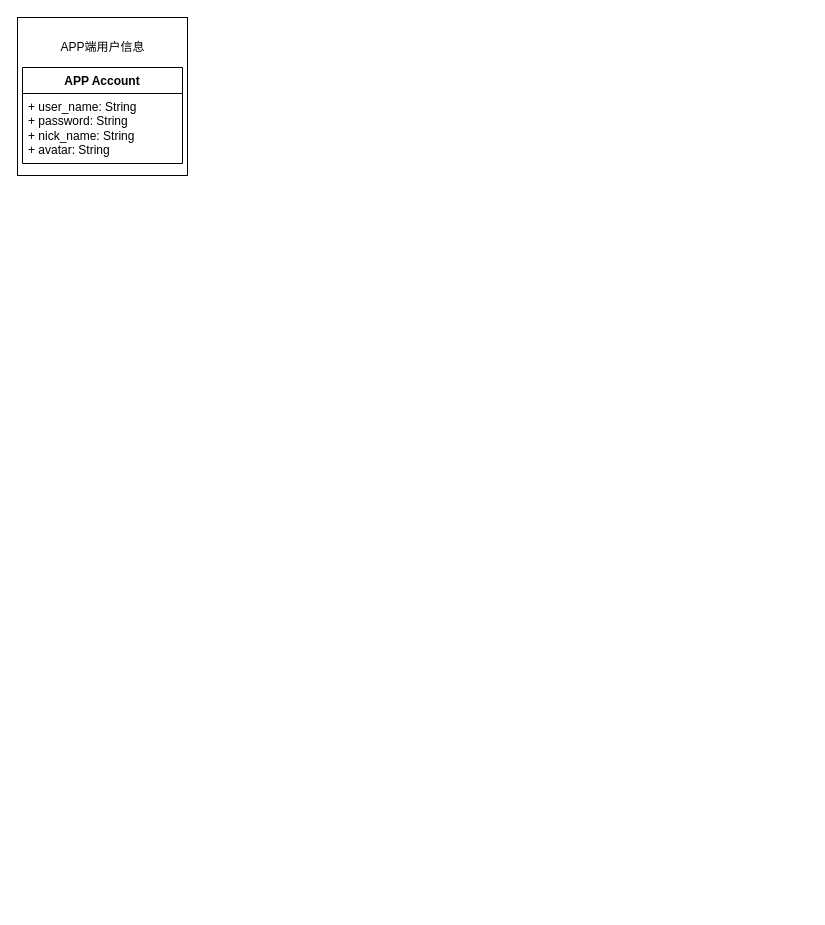
yeardlry/uml keeps this draw.io diagram as 未命名绘图.drawio. Above is the earlier version. Source tidied: cells renumbered, new cells numbered last; positions are measured from the earlier drawing's top-left corner, leaving out a move shared by most shapes. Both pictures are drawn from the tidied source at 100%, with x=0, y=0 at pixel (17, 17).
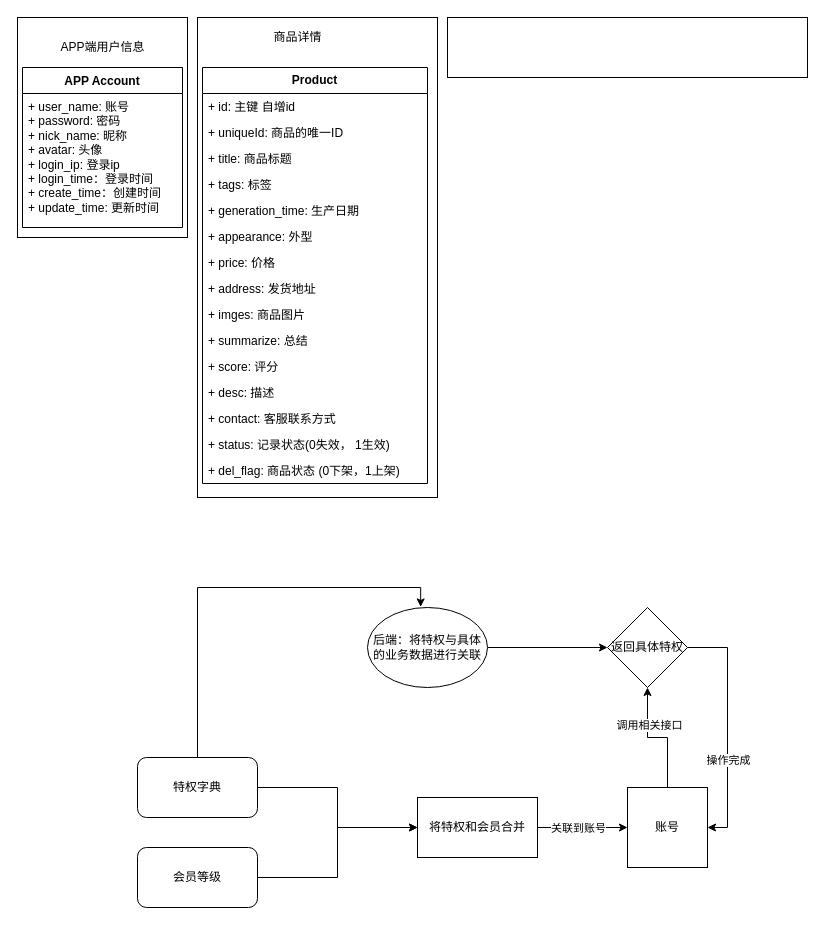
After the change.

Commit message:
更新未命名绘图.drawio

The edit, as a diff of the source:
```diff
@@
     <mxCell id="2" style="rounded=0;whiteSpace=wrap;html=1;align=left;" parent="1" vertex="1">
-      <mxGeometry width="170" height="158" as="geometry" />
+      <mxGeometry width="170" height="220" as="geometry" />
     </mxCell>
     <mxCell id="3" value="APP Account&lt;br&gt;" style="swimlane;fontStyle=1;align=center;verticalAlign=top;horizontal=1;startSize=26;whiteSpace=wrap;html=1;" parent="1" vertex="1">
-      <mxGeometry x="5" y="50" width="160" height="96" as="geometry" />
+      <mxGeometry x="5" y="50" width="160" height="160" as="geometry" />
     </mxCell>
-    <mxCell id="4" value="+ user_name: String&lt;br&gt;+ password: String&lt;br&gt;+ nick_name: String&lt;br&gt;+&amp;nbsp;avatar: String" style="text;strokeColor=none;fillColor=none;align=left;verticalAlign=top;spacingLeft=4;spacingRight=4;overflow=hidden;whiteSpace=wrap;html=1;" parent="3" vertex="1">
-      <mxGeometry y="26" width="160" height="70" as="geometry" />
+    <mxCell id="4" value="+ user_name: 账号&lt;br&gt;+ password: 密码&lt;br&gt;+ nick_name: 昵称&lt;br&gt;+&amp;nbsp;avatar: 头像&lt;br&gt;+ login_ip: 登录ip&lt;br&gt;+ login_time：登录时间&lt;br&gt;+ create_time：创建时间&lt;br&gt;+ update_time: 更新时间" style="text;strokeColor=none;fillColor=none;align=left;verticalAlign=top;spacingLeft=4;spacingRight=4;overflow=hidden;whiteSpace=wrap;html=1;" parent="3" vertex="1">
+      <mxGeometry y="26" width="160" height="134" as="geometry" />
     </mxCell>
@@
+    <mxCell id="6" style="rounded=0;whiteSpace=wrap;html=1;" parent="1" vertex="1">
+      <mxGeometry x="180" width="240" height="480" as="geometry" />
+    </mxCell>
+    <mxCell id="7" value="&lt;b&gt;Product&lt;/b&gt;" style="swimlane;fontStyle=0;horizontal=1;startSize=26;fillColor=none;whiteSpace=wrap;html=1;" parent="1" vertex="1">
+      <mxGeometry x="185" y="50" width="225" height="416" as="geometry" />
+    </mxCell>
+    <mxCell id="8" value="+ id: 主键 自增id" style="text;strokeColor=none;fillColor=none;align=left;verticalAlign=top;spacingLeft=4;spacingRight=4;overflow=hidden;whiteSpace=wrap;html=1;" parent="7" vertex="1">
+      <mxGeometry y="26" width="225" height="26" as="geometry" />
+    </mxCell>
+    <mxCell id="9" value="+ uniqueId: 商品的唯一ID" style="text;strokeColor=none;fillColor=none;align=left;verticalAlign=top;spacingLeft=4;spacingRight=4;overflow=hidden;whiteSpace=wrap;html=1;" parent="7" vertex="1">
+      <mxGeometry y="52" width="225" height="26" as="geometry" />
+    </mxCell>
+    <mxCell id="10" value="+ title: 商品标题" style="text;strokeColor=none;fillColor=none;align=left;verticalAlign=top;spacingLeft=4;spacingRight=4;overflow=hidden;whiteSpace=wrap;html=1;" parent="7" vertex="1">
+      <mxGeometry y="78" width="225" height="26" as="geometry" />
+    </mxCell>
+    <mxCell id="11" value="+ tags: 标签" style="text;strokeColor=none;fillColor=none;align=left;verticalAlign=top;spacingLeft=4;spacingRight=4;overflow=hidden;whiteSpace=wrap;html=1;" parent="7" vertex="1">
+      <mxGeometry y="104" width="225" height="26" as="geometry" />
+    </mxCell>
+    <mxCell id="12" value="+ generation_time: 生产日期" style="text;strokeColor=none;fillColor=none;align=left;verticalAlign=top;spacingLeft=4;spacingRight=4;overflow=hidden;whiteSpace=wrap;html=1;" parent="7" vertex="1">
+      <mxGeometry y="130" width="225" height="26" as="geometry" />
+    </mxCell>
+    <mxCell id="13" value="+ appearance: 外型" style="text;strokeColor=none;fillColor=none;align=left;verticalAlign=top;spacingLeft=4;spacingRight=4;overflow=hidden;whiteSpace=wrap;html=1;" parent="7" vertex="1">
+      <mxGeometry y="156" width="225" height="26" as="geometry" />
+    </mxCell>
+    <mxCell id="14" value="+ price: 价格" style="text;strokeColor=none;fillColor=none;align=left;verticalAlign=top;spacingLeft=4;spacingRight=4;overflow=hidden;whiteSpace=wrap;html=1;" parent="7" vertex="1">
+      <mxGeometry y="182" width="225" height="26" as="geometry" />
+    </mxCell>
+    <mxCell id="15" value="+ address: 发货地址" style="text;strokeColor=none;fillColor=none;align=left;verticalAlign=top;spacingLeft=4;spacingRight=4;overflow=hidden;whiteSpace=wrap;html=1;" parent="7" vertex="1">
+      <mxGeometry y="208" width="225" height="26" as="geometry" />
+    </mxCell>
+    <mxCell id="16" value="+ imges: 商品图片" style="text;strokeColor=none;fillColor=none;align=left;verticalAlign=top;spacingLeft=4;spacingRight=4;overflow=hidden;whiteSpace=wrap;html=1;" parent="7" vertex="1">
+      <mxGeometry y="234" width="225" height="26" as="geometry" />
+    </mxCell>
+    <mxCell id="17" value="+&amp;nbsp;summarize: 总结" style="text;strokeColor=none;fillColor=none;align=left;verticalAlign=top;spacingLeft=4;spacingRight=4;overflow=hidden;whiteSpace=wrap;html=1;" parent="7" vertex="1">
+      <mxGeometry y="260" width="225" height="26" as="geometry" />
+    </mxCell>
+    <mxCell id="18" value="+&amp;nbsp;score: 评分" style="text;strokeColor=none;fillColor=none;align=left;verticalAlign=top;spacingLeft=4;spacingRight=4;overflow=hidden;whiteSpace=wrap;html=1;" parent="7" vertex="1">
+      <mxGeometry y="286" width="225" height="26" as="geometry" />
+    </mxCell>
+    <mxCell id="19" value="+&amp;nbsp;desc: 描述" style="text;strokeColor=none;fillColor=none;align=left;verticalAlign=top;spacingLeft=4;spacingRight=4;overflow=hidden;whiteSpace=wrap;html=1;" parent="7" vertex="1">
+      <mxGeometry y="312" width="225" height="26" as="geometry" />
+    </mxCell>
+    <mxCell id="20" value="+&amp;nbsp;contact: 客服联系方式" style="text;strokeColor=none;fillColor=none;align=left;verticalAlign=top;spacingLeft=4;spacingRight=4;overflow=hidden;whiteSpace=wrap;html=1;" parent="7" vertex="1">
+      <mxGeometry y="338" width="225" height="26" as="geometry" />
+    </mxCell>
+    <mxCell id="21" value="+ status: 记录状态(0失效， 1生效)" style="text;strokeColor=none;fillColor=none;align=left;verticalAlign=top;spacingLeft=4;spacingRight=4;overflow=hidden;whiteSpace=wrap;html=1;" parent="7" vertex="1">
+      <mxGeometry y="364" width="225" height="26" as="geometry" />
+    </mxCell>
+    <mxCell id="22" value="+ del_flag: 商品状态 (0下架，1上架)" style="text;strokeColor=none;fillColor=none;align=left;verticalAlign=top;spacingLeft=4;spacingRight=4;overflow=hidden;whiteSpace=wrap;html=1;" parent="7" vertex="1">
+      <mxGeometry y="390" width="225" height="26" as="geometry" />
+    </mxCell>
+    <mxCell id="23" value="商品详情" style="text;strokeColor=none;fillColor=none;html=1;fontSize=12;fontStyle=0;verticalAlign=middle;align=center;" parent="1" vertex="1">
+      <mxGeometry x="230" width="100" height="40" as="geometry" />
+    </mxCell>
+    <mxCell id="24" style="rounded=0;whiteSpace=wrap;html=1;" parent="1" vertex="1">
+      <mxGeometry x="430" width="360" height="60" as="geometry" />
+    </mxCell>
+    <mxCell id="25" style="edgeStyle=orthogonalEdgeStyle;rounded=0;jettySize=auto;html=1;exitX=1;exitY=0.5;exitDx=0;exitDy=0;" parent="1" edge="1" source="26" target="29">
+      <mxGeometry relative="1" as="geometry" />
+    </mxCell>
+    <mxCell id="26" value="特权字典" style="rounded=1;whiteSpace=wrap;html=1;" parent="1" vertex="1">
+      <mxGeometry x="120" y="740" width="120" height="60" as="geometry" />
+    </mxCell>
+    <mxCell id="27" style="edgeStyle=orthogonalEdgeStyle;rounded=0;jettySize=auto;html=1;entryX=0;entryY=0.5;entryDx=0;entryDy=0;" parent="1" edge="1" source="29" target="37">
+      <mxGeometry relative="1" as="geometry" />
+    </mxCell>
+    <mxCell id="28" value="关联到账号" style="edgeLabel;html=1;align=center;verticalAlign=middle;" parent="27" vertex="1">
+      <mxGeometry x="-0.48" y="1" relative="1" as="geometry">
+        <mxPoint x="17" y="1" as="offset" />
+      </mxGeometry>
+    </mxCell>
+    <mxCell id="29" value="将特权和会员合并" style="rounded=0;whiteSpace=wrap;html=1;" parent="1" vertex="1">
+      <mxGeometry x="400" y="780" width="120" height="60" as="geometry" />
+    </mxCell>
+    <mxCell id="30" style="edgeStyle=orthogonalEdgeStyle;rounded=0;jettySize=auto;html=1;entryX=0;entryY=0.5;entryDx=0;entryDy=0;" parent="1" edge="1" source="31" target="29">
+      <mxGeometry relative="1" as="geometry" />
+    </mxCell>
+    <mxCell id="31" value="会员等级" style="rounded=1;whiteSpace=wrap;html=1;" parent="1" vertex="1">
+      <mxGeometry x="120" y="830" width="120" height="60" as="geometry" />
+    </mxCell>
+    <mxCell id="32" style="edgeStyle=orthogonalEdgeStyle;rounded=0;jettySize=auto;html=1;" parent="1" edge="1" source="33" target="40">
+      <mxGeometry relative="1" as="geometry" />
+    </mxCell>
+    <mxCell id="33" value="后端：将特权与具体的业务数据进行关联" style="ellipse;whiteSpace=wrap;html=1;" parent="1" vertex="1">
+      <mxGeometry x="350" y="590" width="120" height="80" as="geometry" />
+    </mxCell>
+    <mxCell id="34" style="edgeStyle=orthogonalEdgeStyle;rounded=0;jettySize=auto;html=1;entryX=0.443;entryY=-0.007;entryDx=0;entryDy=0;entryPerimeter=0;exitX=0.5;exitY=0;exitDx=0;exitDy=0;" parent="1" edge="1" source="26" target="33">
+      <mxGeometry relative="1" as="geometry" />
+    </mxCell>
+    <mxCell id="35" style="edgeStyle=orthogonalEdgeStyle;rounded=0;jettySize=auto;html=1;" parent="1" edge="1" source="37" target="40">
+      <mxGeometry relative="1" as="geometry" />
+    </mxCell>
+    <mxCell id="36" value="调用相关接口" style="edgeLabel;html=1;align=center;verticalAlign=middle;" parent="35" vertex="1">
+      <mxGeometry x="0.39" y="-1" relative="1" as="geometry" />
+    </mxCell>
+    <mxCell id="37" value="账号" style="whiteSpace=wrap;html=1;" parent="1" vertex="1">
+      <mxGeometry x="610" y="770" width="80" height="80" as="geometry" />
+    </mxCell>
+    <mxCell id="38" style="edgeStyle=orthogonalEdgeStyle;rounded=0;jettySize=auto;html=1;entryX=1;entryY=0.5;entryDx=0;entryDy=0;exitX=1;exitY=0.5;exitDx=0;exitDy=0;" parent="1" edge="1" source="40" target="37">
+      <mxGeometry relative="1" as="geometry" />
+    </mxCell>
+    <mxCell id="39" value="操作完成" style="edgeLabel;html=1;align=center;verticalAlign=middle;" parent="38" vertex="1">
+      <mxGeometry x="0.27" relative="1" as="geometry" />
+    </mxCell>
+    <mxCell id="40" value="返回具体特权" style="rhombus;whiteSpace=wrap;html=1;" parent="1" vertex="1">
+      <mxGeometry x="590" y="590" width="80" height="80" as="geometry" />
+    </mxCell>
```
